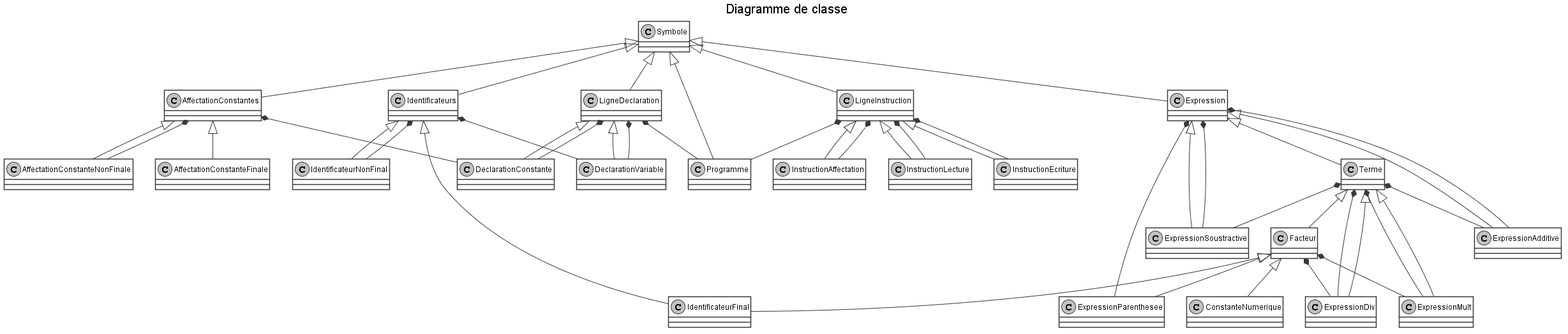
Earlier version of the PlantUML export doc/classes.png (0xnome/lutin).
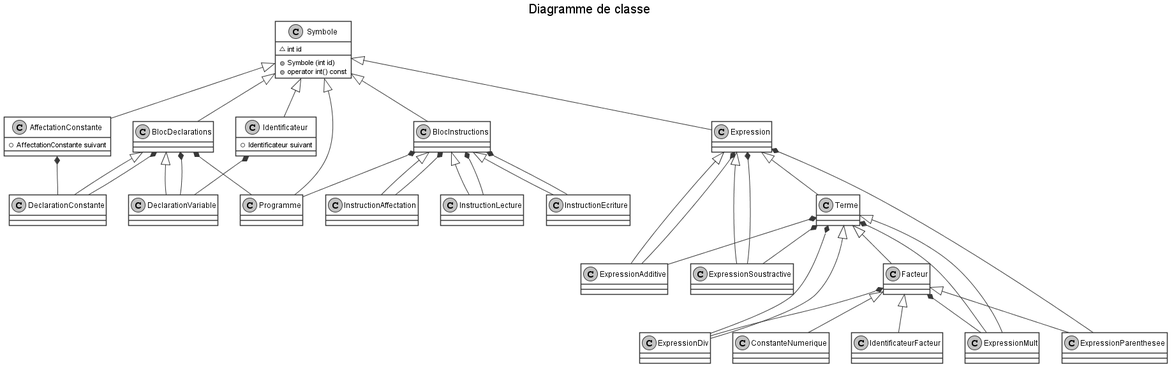
Later version of the same file.

Commit message:
Update classes UML

The edit, as a diff of the source:
```diff
@@ -12,18 +12,23 @@
 
 title Diagramme de classe
 
-class Symbole
-class AffectationConstantes
-class AffectationConstanteNonFinale
-class AffectationConstanteFinale
-class Identificateurs
-class IdentificateurNonFinal
-class IdentificateurFinal
-class LigneDeclaration
+class Symbole{
+	~int id
+	+Symbole (int id)
+	+operator int() const
+}
+class AffectationConstante{
+	+AffectationConstante suivant
+}
+class Identificateur{
+	+Identificateur suivant
+}
+class IdentificateurFacteur
+class BlocDeclarations
 class DeclarationVariable
 class DeclarationConstante
 class Programme
-class LigneInstruction
+class BlocInstructions
 class InstructionLecture
 class InstructionEcriture
 class InstructionAffectation
@@ -38,35 +43,29 @@
 class ConstanteNumerique
 
 Symbole <|-- Programme
-Symbole <|-- LigneDeclaration
-Symbole <|-- LigneInstruction
-Symbole <|-- AffectationConstantes
-Symbole <|-- Identificateurs
+Symbole <|-- BlocDeclarations
+Symbole <|-- BlocInstructions
+Symbole <|-- AffectationConstante
+Symbole <|-- Identificateur
 Symbole <|-- Expression
 
-LigneDeclaration *-- Programme
-LigneDeclaration <|-- DeclarationVariable
-LigneDeclaration *-- DeclarationVariable
-LigneDeclaration <|-- DeclarationConstante
-LigneDeclaration *-- DeclarationConstante
+BlocDeclarations *-- Programme
+BlocDeclarations <|-- DeclarationVariable
+BlocDeclarations *-- DeclarationVariable
+BlocDeclarations <|-- DeclarationConstante
+BlocDeclarations *-- DeclarationConstante
 
-Identificateurs *-- DeclarationVariable
-Identificateurs <|-- IdentificateurNonFinal
-Identificateurs *-- IdentificateurNonFinal
-Identificateurs <|-- IdentificateurFinal
+Identificateur *-- DeclarationVariable
 
-AffectationConstantes *-- DeclarationConstante
-AffectationConstantes <|-- AffectationConstanteNonFinale
-AffectationConstantes *-- AffectationConstanteNonFinale
-AffectationConstantes <|-- AffectationConstanteFinale
+AffectationConstante *-- DeclarationConstante
 
-LigneInstruction *-- Programme
-LigneInstruction <|-- InstructionLecture
-LigneInstruction *-- InstructionLecture
-LigneInstruction <|-- InstructionEcriture
-LigneInstruction *-- InstructionEcriture
-LigneInstruction <|-- InstructionAffectation
-LigneInstruction *-- InstructionAffectation
+BlocInstructions *-- Programme
+BlocInstructions <|-- InstructionLecture
+BlocInstructions *-- InstructionLecture
+BlocInstructions <|-- InstructionEcriture
+BlocInstructions *-- InstructionEcriture
+BlocInstructions <|-- InstructionAffectation
+BlocInstructions *-- InstructionAffectation
 
 Expression <|-- ExpressionAdditive
 Expression *-- ExpressionAdditive
@@ -87,6 +86,6 @@
 Facteur *-- ExpressionMult
 Facteur *-- ExpressionDiv
 Facteur <|-- ConstanteNumerique
-Facteur <|-- IdentificateurFinal
+Facteur <|-- IdentificateurFacteur
 
 @enduml
```
